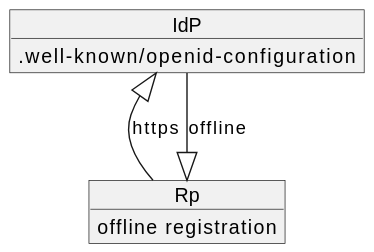
Olevi-id/ip-idp-documentation keeps this PlantUML diagram as assets/img/idp-metadata-exchange.svg. Above is the earlier version.
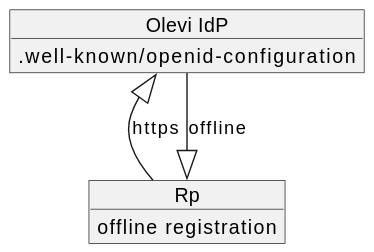
The same diagram one commit later.

Change to the diagram source:
```diff
@@ -1,6 +1,6 @@
 @startuml idp-metadata-exchange
 
-object IdP
+object "Olevi IdP" as IdP
    IdP : .well-known/openid-configuration
 object Rp
    Rp : offline registration
```
